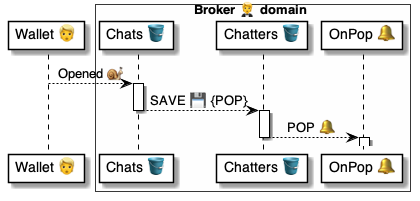
Before: 4 ⚙️ Solution/20 🧑‍🦰 UI/Brokers 🤵/🤵🪣 Broker tables/Chatters 👥 table/🪣🔔 0 Pop/🤵 OnChatterPop ⚙️ uml.png, a diagram exported from PlantUML (pollyweb-org/pollyweb-docs). Its source is kept beside it as 4 ⚙️ Solution/20 🧑‍🦰 UI/Brokers 🤵/🤵🪣 Broker tables/Chatters 👥 table/🪣🔔 0 Pop/🤵 OnChatterPop ⚙️ uml.puml.
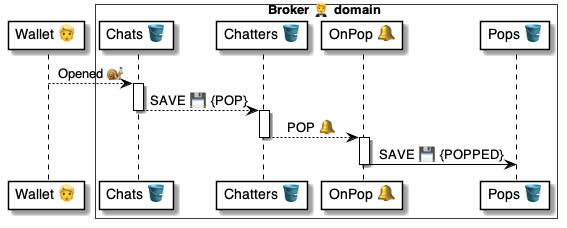
Above is the later version.

Diff of the diagram source:
```diff
@@ -5,6 +5,7 @@
     participant "Chats 🪣" as chats
     participant "Chatters 🪣" as table
     participant "OnPop 🔔" as handler
+    participant "Pops 🪣" as pops
 end box
 
 
@@ -19,7 +20,7 @@
 deactivate table
 
 activate handler
-
+    handler -> pops: SAVE 💾 {POPPED}
 deactivate handler
 
 
```
